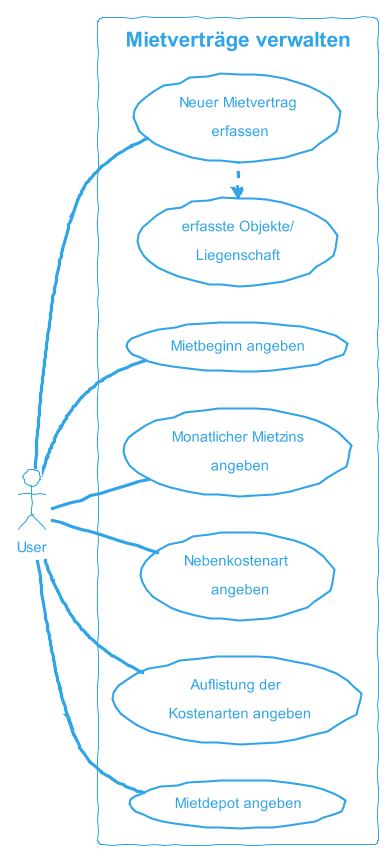
Before: docs/content/diagrams/out/usecase/mietverträgeVerwalten/MietverträgeVerwalten.png, a diagram exported from PlantUML (sirtheta/ImmoGlobal_Semesterarbeit).
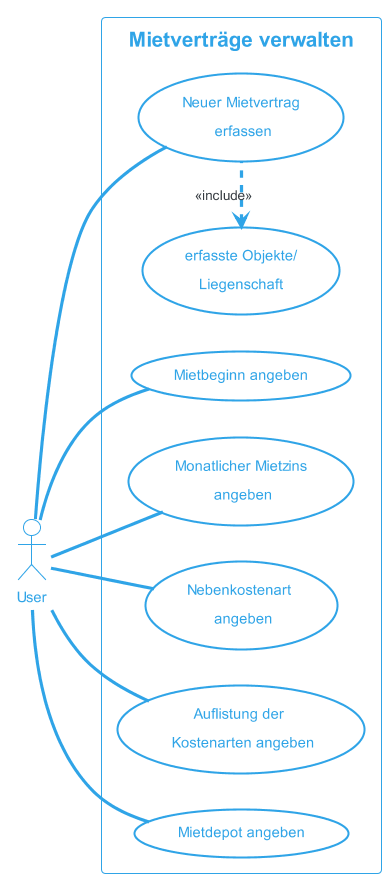
The same file after the commit.

Change to the diagram source:
```diff
@@ -1,6 +1,6 @@
 @startuml MietverträgeVerwalten
 !theme cerulean-outline
-skinparam handwritten true
+
 left to right direction
 actor "User" as fc
 rectangle "Mietverträge verwalten" {
@@ -15,7 +15,7 @@
 }
 fc -- UC1
 fc -- UC2
-UC2 .left.> inc1
+UC2 .left.> inc1 : <<include>>
 fc -- UC3
 fc -- UC4
 fc -- UC5
```
